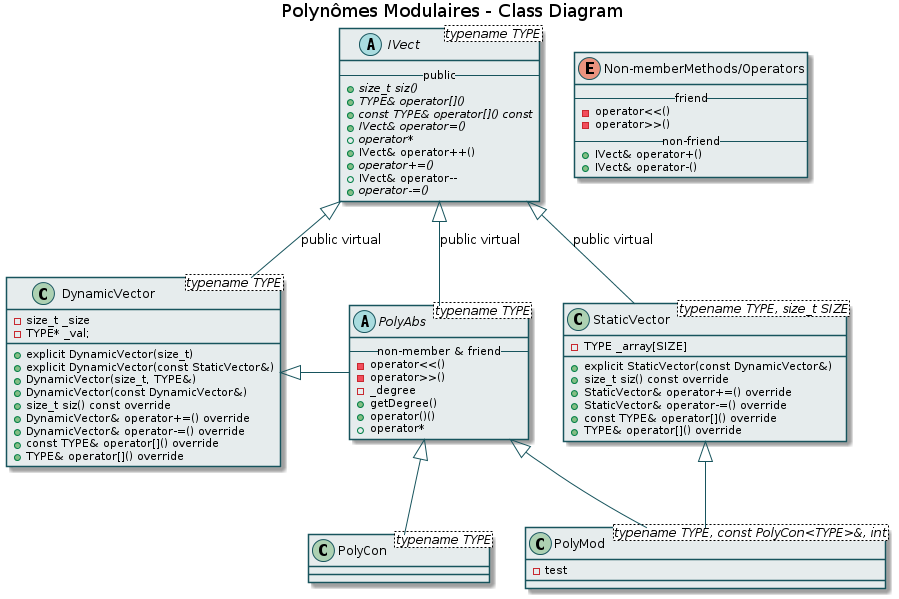
Above: class.png in carlosgeos/polynomial-cpp (PlantUML), before the change.
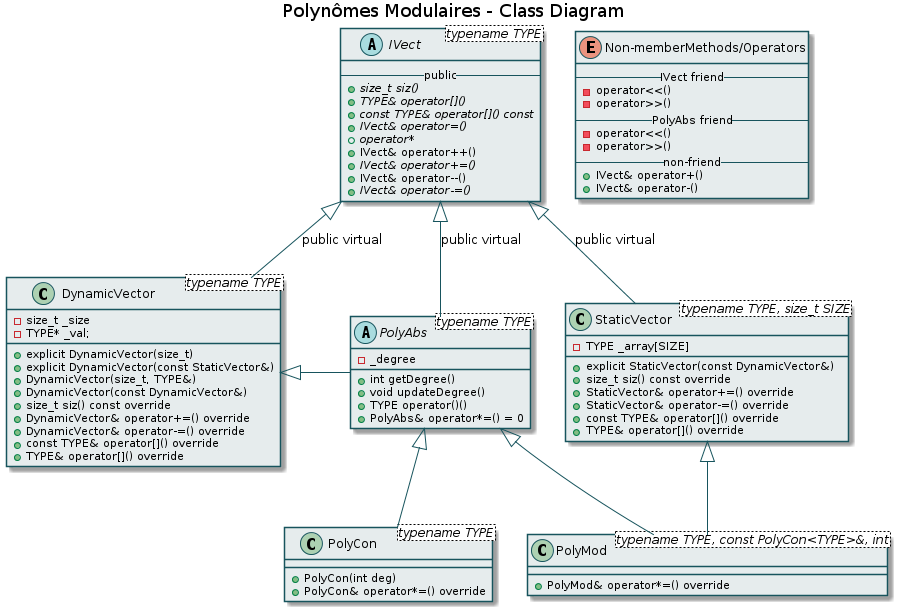
The same diagram one commit later.

Change to the diagram source:
```diff
@@ -9,7 +9,10 @@
 }
 
 enum Non-memberMethods/Operators {
-     -- friend --
+     -- IVect friend --
+     -operator<<()
+     -operator>>()
+     -- PolyAbs friend --
      -operator<<()
      -operator>>()
      -- non-friend --
@@ -25,9 +28,9 @@
       +{abstract} IVect& operator=()
       +{abstract} operator*
       + IVect& operator++()
-      +{abstract} operator+=()
-      + IVect& operator--
-      +{abstract} operator-=()
+      +{abstract} IVect& operator+=()
+      + IVect& operator--()
+      +{abstract} IVect& operator-=()
 }
 
 class StaticVector<typename TYPE, size_t SIZE> {
@@ -55,21 +58,20 @@
 }
 
 abstract class PolyAbs<typename TYPE> {
-      -- non-member & friend --
-      -operator<<()
-      -operator>>()
       -_degree
-      +getDegree()
-      +operator()()
-      +operator*
+      +int getDegree()
+      +void updateDegree()
+      +TYPE operator()()
+      +PolyAbs& operator*=() = 0
 }
 
 class PolyCon<typename TYPE> {
-
+      +PolyCon(int deg)
+      +PolyCon& operator*=() override
 }
 
 class PolyMod<typename TYPE, const PolyCon<TYPE>&, int> {
-      -test
+      +PolyMod& operator*=() override
 }
 
 IVect <|-down- StaticVector: public virtual
```
